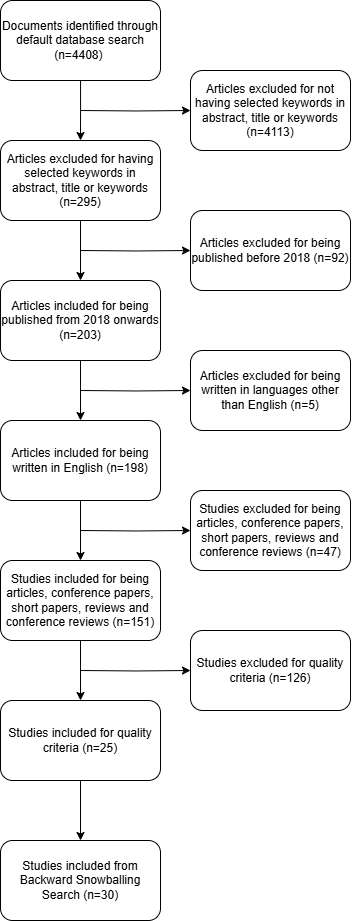
This is document/assets/slr_diagram_backward.png from goncalo2k/thesis, a draw.io export, as it was before one commit. Source tidied: cells renumbered, new cells last; positions are measured from the earlier drawing's top-left corner, leaving out a move shared by most shapes.
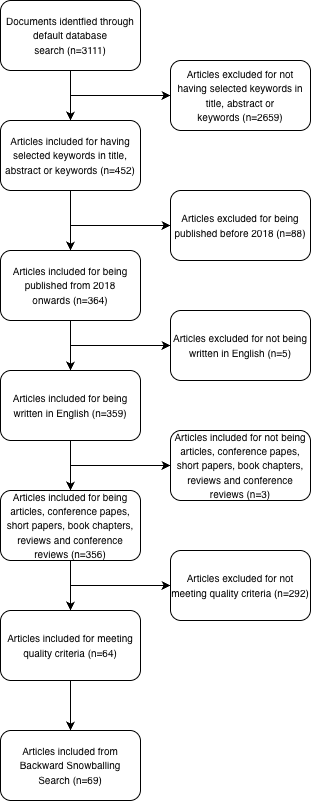
Later version of the same file.

Commit message:
Added theoretical background; updated slr diagram

The edit, as a diff of the source:
```diff
@@ -2,101 +2,84 @@
   <root>
     <mxCell id="0" />
     <mxCell id="1" parent="0" />
-    <mxCell id="2" style="edgeStyle=orthogonalEdgeStyle;rounded=0;jettySize=auto;html=1;" parent="1" edge="1" source="3">
-      <mxGeometry relative="1" as="geometry">
-        <mxPoint x="80" y="140" as="targetPoint" />
-      </mxGeometry>
-    </mxCell>
-    <mxCell id="3" value="Documents identified through default database search (n=4408)&amp;nbsp;" style="rounded=1;whiteSpace=wrap;html=1;" parent="1" vertex="1">
-      <mxGeometry width="160" height="80" as="geometry" />
-    </mxCell>
-    <mxCell id="4" value="Articles excluded for having selected keywords in abstract, title or keywords (n=295)" style="rounded=1;whiteSpace=wrap;html=1;" parent="1" vertex="1">
-      <mxGeometry y="140" width="160" height="80" as="geometry" />
-    </mxCell>
-    <mxCell id="5" style="edgeStyle=orthogonalEdgeStyle;rounded=0;jettySize=auto;html=1;" parent="1" edge="1" target="6">
-      <mxGeometry relative="1" as="geometry">
-        <mxPoint x="80" y="110" as="sourcePoint" />
-      </mxGeometry>
-    </mxCell>
-    <mxCell id="6" value="Articles excluded for not having selected keywords in abstract, title or keywords (n=4113)" style="rounded=1;whiteSpace=wrap;html=1;" parent="1" vertex="1">
-      <mxGeometry x="190" y="70" width="160" height="80" as="geometry" />
-    </mxCell>
-    <mxCell id="7" style="edgeStyle=orthogonalEdgeStyle;rounded=0;orthogonalLoop=1;jettySize=auto;html=1;" parent="1" edge="1">
-      <mxGeometry relative="1" as="geometry">
-        <mxPoint x="80" y="220" as="sourcePoint" />
-        <mxPoint x="80" y="280" as="targetPoint" />
-      </mxGeometry>
-    </mxCell>
-    <mxCell id="8" style="edgeStyle=orthogonalEdgeStyle;rounded=0;jettySize=auto;html=1;" parent="1" edge="1" target="9">
-      <mxGeometry relative="1" as="geometry">
-        <mxPoint x="80" y="250" as="sourcePoint" />
-      </mxGeometry>
-    </mxCell>
-    <mxCell id="9" value="Articles excluded for being published before 2018 (n=92)" style="rounded=1;whiteSpace=wrap;html=1;" parent="1" vertex="1">
-      <mxGeometry x="190" y="210" width="160" height="80" as="geometry" />
-    </mxCell>
-    <mxCell id="10" value="Articles included for being published from 2018 onwards (n=203)" style="rounded=1;whiteSpace=wrap;html=1;" parent="1" vertex="1">
-      <mxGeometry y="280" width="160" height="80" as="geometry" />
-    </mxCell>
-    <mxCell id="11" style="edgeStyle=orthogonalEdgeStyle;rounded=0;orthogonalLoop=1;jettySize=auto;html=1;" parent="1" edge="1">
-      <mxGeometry relative="1" as="geometry">
-        <mxPoint x="80" y="360" as="sourcePoint" />
-        <mxPoint x="80" y="420" as="targetPoint" />
-      </mxGeometry>
-    </mxCell>
-    <mxCell id="12" style="edgeStyle=orthogonalEdgeStyle;rounded=0;jettySize=auto;html=1;" parent="1" edge="1" target="13">
-      <mxGeometry relative="1" as="geometry">
-        <mxPoint x="80" y="390" as="sourcePoint" />
-      </mxGeometry>
-    </mxCell>
-    <mxCell id="13" value="Articles excluded for being written in languages other than English (n=5)" style="rounded=1;whiteSpace=wrap;html=1;" parent="1" vertex="1">
-      <mxGeometry x="190" y="350" width="160" height="80" as="geometry" />
-    </mxCell>
-    <mxCell id="14" value="Articles included for being written in English (n=198)" style="rounded=1;whiteSpace=wrap;html=1;" parent="1" vertex="1">
-      <mxGeometry y="420" width="160" height="80" as="geometry" />
-    </mxCell>
-    <mxCell id="15" style="edgeStyle=orthogonalEdgeStyle;rounded=0;orthogonalLoop=1;jettySize=auto;html=1;" parent="1" edge="1">
-      <mxGeometry relative="1" as="geometry">
-        <mxPoint x="80" y="500" as="sourcePoint" />
-        <mxPoint x="80" y="560" as="targetPoint" />
-      </mxGeometry>
-    </mxCell>
-    <mxCell id="16" style="edgeStyle=orthogonalEdgeStyle;rounded=0;jettySize=auto;html=1;" parent="1" edge="1" target="17">
-      <mxGeometry relative="1" as="geometry">
-        <mxPoint x="80" y="530" as="sourcePoint" />
-      </mxGeometry>
-    </mxCell>
-    <mxCell id="17" value="Studies excluded for being articles, conference papers, short papers, reviews and conference reviews (n=47)" style="rounded=1;whiteSpace=wrap;html=1;" parent="1" vertex="1">
-      <mxGeometry x="190" y="490" width="160" height="80" as="geometry" />
-    </mxCell>
-    <mxCell id="18" value="Studies included for being articles, conference papers, short papers, reviews and conference reviews (n=151)" style="rounded=1;whiteSpace=wrap;html=1;" parent="1" vertex="1">
-      <mxGeometry y="560" width="160" height="80" as="geometry" />
-    </mxCell>
-    <mxCell id="19" style="edgeStyle=orthogonalEdgeStyle;rounded=0;orthogonalLoop=1;jettySize=auto;html=1;" parent="1" edge="1">
-      <mxGeometry relative="1" as="geometry">
-        <mxPoint x="80" y="640" as="sourcePoint" />
-        <mxPoint x="80" y="700" as="targetPoint" />
-      </mxGeometry>
-    </mxCell>
-    <mxCell id="20" style="edgeStyle=orthogonalEdgeStyle;rounded=0;jettySize=auto;html=1;" parent="1" edge="1" target="21">
-      <mxGeometry relative="1" as="geometry">
-        <mxPoint x="80" y="670" as="sourcePoint" />
-      </mxGeometry>
-    </mxCell>
-    <mxCell id="21" value="Studies excluded for quality criteria (n=126)" style="rounded=1;whiteSpace=wrap;html=1;" parent="1" vertex="1">
-      <mxGeometry x="190" y="630" width="160" height="80" as="geometry" />
-    </mxCell>
-    <mxCell id="22" value="Studies included for quality criteria (n=25)" style="rounded=1;whiteSpace=wrap;html=1;" parent="1" vertex="1">
-      <mxGeometry y="700" width="160" height="80" as="geometry" />
-    </mxCell>
-    <mxCell id="23" style="edgeStyle=orthogonalEdgeStyle;rounded=0;orthogonalLoop=1;jettySize=auto;html=1;" parent="1" edge="1">
-      <mxGeometry relative="1" as="geometry">
-        <mxPoint x="80" y="780" as="sourcePoint" />
-        <mxPoint x="80" y="840" as="targetPoint" />
-      </mxGeometry>
-    </mxCell>
-    <mxCell id="24" value="Studies included from Backward Snowballing Search (n=30)" style="rounded=1;whiteSpace=wrap;html=1;" parent="1" vertex="1">
-      <mxGeometry y="840" width="160" height="80" as="geometry" />
-    </mxCell>
+    <mxCell id="25" style="edgeStyle=orthogonalEdgeStyle;rounded=0;jettySize=auto;html=1;" parent="1" edge="1" source="26" target="28">
+      <mxGeometry relative="1" as="geometry" />
+    </mxCell>
+    <mxCell id="26" value="&lt;font style=&quot;font-size: 10px;&quot;&gt;Documents identfied through default database search&amp;nbsp;&lt;/font&gt;&lt;span style=&quot;font-size: 10px; background-color: transparent; color: light-dark(rgb(0, 0, 0), rgb(255, 255, 255));&quot;&gt;(n=3111&lt;/span&gt;&lt;span style=&quot;background-color: transparent; color: light-dark(rgb(0, 0, 0), rgb(255, 255, 255)); font-size: 10px;&quot;&gt;)&lt;/span&gt;" style="rounded=1;whiteSpace=wrap;html=1;" parent="1" vertex="1">
+      <mxGeometry x="40" y="60" width="140" height="70" as="geometry" />
+    </mxCell>
+    <mxCell id="27" style="edgeStyle=orthogonalEdgeStyle;rounded=0;jettySize=auto;html=1;" parent="1" edge="1" source="28" target="32">
+      <mxGeometry relative="1" as="geometry" />
+    </mxCell>
+    <mxCell id="28" value="&lt;font style=&quot;font-size: 10px;&quot;&gt;Articles included for having selected keywords in title, abstract or keywords&amp;nbsp;&lt;/font&gt;&lt;span style=&quot;color: light-dark(rgb(0, 0, 0), rgb(255, 255, 255)); background-color: transparent; font-size: 10px;&quot;&gt;(n=452)&lt;/span&gt;" style="rounded=1;whiteSpace=wrap;html=1;" parent="1" vertex="1">
+      <mxGeometry x="40" y="180" width="140" height="70" as="geometry" />
+    </mxCell>
+    <mxCell id="29" style="edgeStyle=orthogonalEdgeStyle;rounded=0;jettySize=auto;html=1;startArrow=classic;startFill=1;endArrow=none;endFill=0;" parent="1" edge="1" source="30">
+      <mxGeometry relative="1" as="geometry">
+        <mxPoint x="110" y="155" as="targetPoint" />
+      </mxGeometry>
+    </mxCell>
+    <mxCell id="30" value="&lt;font style=&quot;font-size: 10px;&quot;&gt;Articles excluded for not having selected keywords in title, abstract or keywords&amp;nbsp;&lt;/font&gt;&lt;span style=&quot;font-size: 10px; background-color: transparent; color: light-dark(rgb(0, 0, 0), rgb(255, 255, 255));&quot;&gt;(n=2659)&lt;/span&gt;" style="rounded=1;whiteSpace=wrap;html=1;" parent="1" vertex="1">
+      <mxGeometry x="210" y="120" width="140" height="70" as="geometry" />
+    </mxCell>
+    <mxCell id="31" style="edgeStyle=orthogonalEdgeStyle;rounded=0;jettySize=auto;html=1;" parent="1" edge="1" source="32" target="34">
+      <mxGeometry relative="1" as="geometry" />
+    </mxCell>
+    <mxCell id="32" value="&lt;font style=&quot;font-size: 10px;&quot;&gt;Articles included for being published from 2018 onwards&amp;nbsp;&lt;/font&gt;&lt;span style=&quot;color: light-dark(rgb(0, 0, 0), rgb(255, 255, 255)); background-color: transparent; font-size: 10px;&quot;&gt;(n=364)&lt;/span&gt;" style="rounded=1;whiteSpace=wrap;html=1;" parent="1" vertex="1">
+      <mxGeometry x="40" y="310" width="140" height="70" as="geometry" />
+    </mxCell>
+    <mxCell id="33" style="edgeStyle=orthogonalEdgeStyle;rounded=0;jettySize=auto;html=1;" parent="1" edge="1" source="34" target="38">
+      <mxGeometry relative="1" as="geometry" />
+    </mxCell>
+    <mxCell id="34" value="&lt;font style=&quot;font-size: 10px;&quot;&gt;Articles included for being written in English&amp;nbsp;&lt;/font&gt;&lt;span style=&quot;color: light-dark(rgb(0, 0, 0), rgb(255, 255, 255)); background-color: transparent; font-size: 10px;&quot;&gt;(n=359)&lt;/span&gt;" style="rounded=1;whiteSpace=wrap;html=1;" parent="1" vertex="1">
+      <mxGeometry x="40" y="430" width="140" height="70" as="geometry" />
+    </mxCell>
+    <mxCell id="35" style="edgeStyle=orthogonalEdgeStyle;rounded=0;jettySize=auto;html=1;startArrow=classic;startFill=1;endArrow=none;endFill=0;" parent="1" edge="1" source="36">
+      <mxGeometry relative="1" as="geometry">
+        <mxPoint x="110" y="405" as="targetPoint" />
+      </mxGeometry>
+    </mxCell>
+    <mxCell id="36" value="&lt;font style=&quot;font-size: 10px;&quot;&gt;Articles excluded for not being written in English&amp;nbsp;&lt;/font&gt;&lt;span style=&quot;color: light-dark(rgb(0, 0, 0), rgb(255, 255, 255)); background-color: transparent; font-size: 10px;&quot;&gt;(n=5)&lt;/span&gt;" style="rounded=1;whiteSpace=wrap;html=1;" parent="1" vertex="1">
+      <mxGeometry x="210" y="370" width="140" height="70" as="geometry" />
+    </mxCell>
+    <mxCell id="37" style="edgeStyle=orthogonalEdgeStyle;rounded=0;jettySize=auto;html=1;" parent="1" edge="1" source="38" target="40">
+      <mxGeometry relative="1" as="geometry" />
+    </mxCell>
+    <mxCell id="38" value="&lt;font style=&quot;font-size: 10px;&quot;&gt;Articles included for being articles, conference papes, short papers, book chapters, reviews and conference reviews&amp;nbsp;&lt;/font&gt;&lt;span style=&quot;color: light-dark(rgb(0, 0, 0), rgb(255, 255, 255)); background-color: transparent; font-size: 10px;&quot;&gt;(n=356)&lt;/span&gt;" style="rounded=1;whiteSpace=wrap;html=1;" parent="1" vertex="1">
+      <mxGeometry x="40" y="550" width="140" height="70" as="geometry" />
+    </mxCell>
+    <mxCell id="39" style="edgeStyle=orthogonalEdgeStyle;rounded=0;jettySize=auto;html=1;" parent="1" edge="1" source="40" target="43">
+      <mxGeometry relative="1" as="geometry" />
+    </mxCell>
+    <mxCell id="40" value="&lt;font style=&quot;font-size: 10px;&quot;&gt;Articles included for meeting quality criteria&amp;nbsp;&lt;/font&gt;&lt;span style=&quot;color: light-dark(rgb(0, 0, 0), rgb(255, 255, 255)); background-color: transparent; font-size: 10px;&quot;&gt;(n=64)&lt;/span&gt;" style="rounded=1;whiteSpace=wrap;html=1;" parent="1" vertex="1">
+      <mxGeometry x="40" y="670" width="140" height="70" as="geometry" />
+    </mxCell>
+    <mxCell id="41" style="edgeStyle=orthogonalEdgeStyle;rounded=0;jettySize=auto;html=1;startArrow=classic;startFill=1;endArrow=none;endFill=0;" parent="1" edge="1" source="42">
+      <mxGeometry relative="1" as="geometry">
+        <mxPoint x="110" y="645" as="targetPoint" />
+      </mxGeometry>
+    </mxCell>
+    <mxCell id="42" value="&lt;font style=&quot;font-size: 10px;&quot;&gt;Articles excluded for not meeting quality criteria&amp;nbsp;&lt;/font&gt;&lt;span style=&quot;color: light-dark(rgb(0, 0, 0), rgb(255, 255, 255)); background-color: transparent; font-size: 10px;&quot;&gt;(n=292)&lt;/span&gt;" style="rounded=1;whiteSpace=wrap;html=1;" parent="1" vertex="1">
+      <mxGeometry x="210" y="610" width="140" height="70" as="geometry" />
+    </mxCell>
+    <mxCell id="43" value="&lt;font style=&quot;font-size: 10px;&quot;&gt;Articles included from Backward Snowballing Search&amp;nbsp;&lt;/font&gt;&lt;span style=&quot;color: light-dark(rgb(0, 0, 0), rgb(255, 255, 255)); background-color: transparent; font-size: 10px;&quot;&gt;(n=69)&lt;/span&gt;" style="rounded=1;whiteSpace=wrap;html=1;" parent="1" vertex="1">
+      <mxGeometry x="40" y="790" width="140" height="70" as="geometry" />
+    </mxCell>
+    <mxCell id="44" style="edgeStyle=orthogonalEdgeStyle;rounded=0;jettySize=auto;html=1;startArrow=classic;startFill=1;endArrow=none;endFill=0;" parent="1" edge="1" source="45">
+      <mxGeometry relative="1" as="geometry">
+        <mxPoint x="110" y="525" as="targetPoint" />
+      </mxGeometry>
+    </mxCell>
+    <mxCell id="45" value="&lt;font style=&quot;font-size: 10px;&quot;&gt;Articles included for not being articles, conference papes, short papers, book chapters, reviews and conference reviews&amp;nbsp;&lt;/font&gt;&lt;span style=&quot;color: light-dark(rgb(0, 0, 0), rgb(255, 255, 255)); background-color: transparent; font-size: 10px;&quot;&gt;(n=3)&lt;/span&gt;" style="rounded=1;whiteSpace=wrap;html=1;" parent="1" vertex="1">
+      <mxGeometry x="210" y="490" width="140" height="70" as="geometry" />
+    </mxCell>
+    <mxCell id="46" style="edgeStyle=orthogonalEdgeStyle;rounded=0;jettySize=auto;html=1;startArrow=classic;startFill=1;endArrow=none;endFill=0;" parent="1" edge="1" source="47">
+      <mxGeometry relative="1" as="geometry">
+        <mxPoint x="110" y="285" as="targetPoint" />
+      </mxGeometry>
+    </mxCell>
+    <mxCell id="47" value="&lt;font style=&quot;font-size: 10px;&quot;&gt;Articles excluded for being published before 2018 &lt;/font&gt;&lt;span style=&quot;color: light-dark(rgb(0, 0, 0), rgb(255, 255, 255)); background-color: transparent; font-size: 10px;&quot;&gt;(n=88)&lt;/span&gt;" style="rounded=1;whiteSpace=wrap;html=1;" parent="1" vertex="1">
+      <mxGeometry x="210" y="250" width="140" height="70" as="geometry" />
+    </mxCell>
   </root>
 </mxGraphModel>
```
